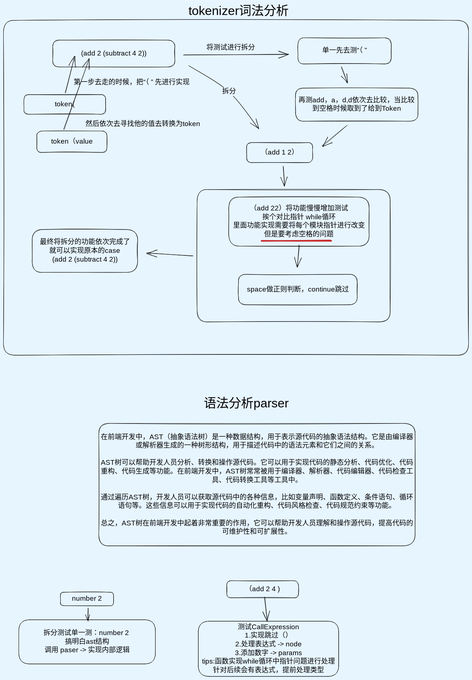
Above: note.excalidraw.svg in zclsx/tiny-compiler (Excalidraw), before the change. Source tidied: one line per element, renumbered; positions are measured from the earlier drawing's top-left corner, leaving out a move shared by most shapes.
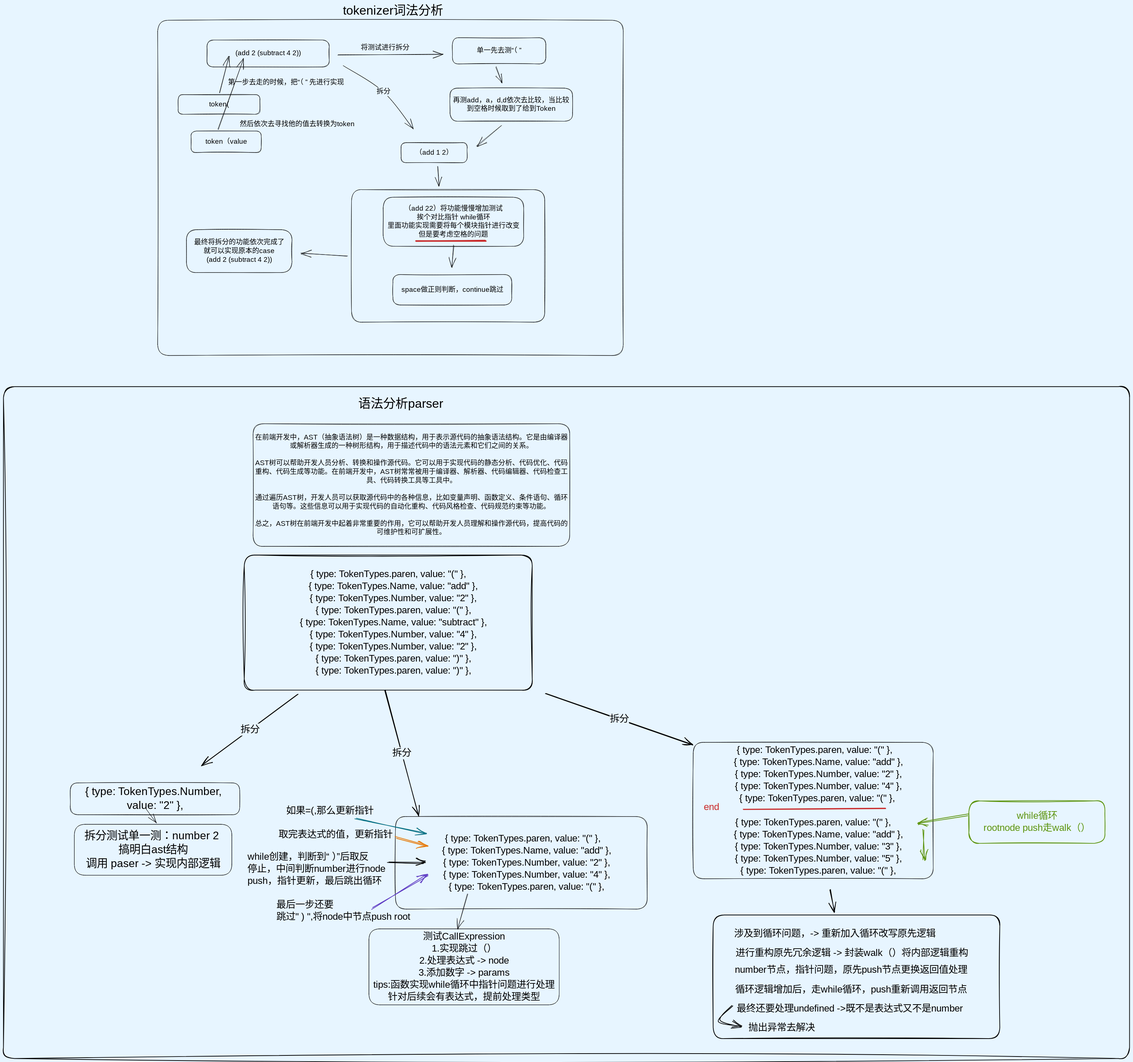
Above is the later version.

Change to the diagram source:
```diff
@@ -36,13 +36,47 @@
 {"id": 35, "type": "text", "text": "语法分析parser", "strokeColor": "#000000", "strokeWidth": 1, "roughness": 1, "fontSize": 36, "fontFamily": 1, "x": 581, "y": 1138, "width": 256, "height": 45}
 {"id": 36, "type": "rectangle", "strokeColor": "#000000", "strokeWidth": 1, "roughness": 1, "round": true, "x": 276, "y": 1217, "width": 917, "height": 355}
 {"id": 37, "type": "text", "text": "在前端开发中，AST（抽象语法树）是一种数据结构，用于表示源代码的抽象语法结构。它是由编译器\n或解析器生成的一种树形结构，用于描述代码中的语法元素和它们之间的关系。\n\nAST树可以帮助开发人员分析、转换和操作源代码。它可以用于实现代码的静态分析、代码优化、代码\n重构、代码生成等功能。在前端开发中，AST树常常被用于编译器、解析器、代码编辑器、代码检查工\n具、代码转换工具等工具中。\n\n通过遍历AST树，开发人员可以获取源代码中的各种信息，比如变量声明、函数定义、条件语句、循环\n语句等。这些信息可以用于实现代码的自动化重构、代码风格检查、代码规范约束等功能。\n\n总之，AST树在前端开发中起着非常重要的作用，它可以帮助开发人员理解和操作源代码，提高代码的\n可维护性和可扩展性。", "strokeColor": "#000000", "strokeWidth": 1, "roughness": 1, "fontSize": 20, "fontFamily": 1, "textAlign": "center", "verticalAlign": "middle", "inside": 36, "x": 284, "y": 1244, "width": 901, "height": 300}
-{"id": 38, "type": "rectangle", "strokeColor": "#000000", "strokeWidth": 1, "roughness": 0, "round": true, "x": 44, "y": 1786, "width": 396, "height": 128}
+{"id": 38, "type": "rectangle", "strokeColor": "#000000", "strokeWidth": 1, "roughness": 0, "round": true, "x": -241, "y": 2377, "width": 456, "height": 147}
-{"id": 39, "type": "text", "text": "拆分测试单一测：number 2 \n搞明白ast结构\n调用 paser -> 实现内部逻辑", "strokeColor": "#000000", "strokeWidth": 1, "roughness": 1, "fontSize": 20, "fontFamily": 1, "textAlign": "center", "verticalAlign": "middle", "inside": 38, "x": 112, "y": 1813, "width": 262, "height": 75}
+{"id": 39, "type": "text", "text": "拆分测试单一测：number 2 \n搞明白ast结构\n调用 paser -> 实现内部逻辑", "strokeColor": "#000000", "strokeWidth": 1, "roughness": 1, "fontSize": 32.25, "fontFamily": 1, "textAlign": "center", "verticalAlign": "middle", "inside": 38, "x": -224, "y": 2390, "width": 422, "height": 121}
-{"id": 40, "type": "rectangle", "strokeColor": "#000000", "strokeWidth": 1, "roughness": 0, "round": true, "x": 565, "y": 1790, "width": 407, "height": 160}
-{"id": 41, "type": "text", "text": "测试CallExpression\n1.实现跳过（）\n2.处理表达式 -> node\n3.添加数字 -> params\ntips:函数实现while循环中指针问题进行处理\n针对后续会有表达式，提前处理类型", "strokeColor": "#000000", "strokeWidth": 1, "roughness": 0, "fontSize": 20, "fontFamily": 1, "textAlign": "center", "verticalAlign": "middle", "inside": 40, "x": 576, "y": 1795, "width": 384, "height": 150}
-{"id": 42, "type": "rectangle", "strokeColor": "#000000", "strokeWidth": 1, "roughness": 1, "round": true, "x": 165, "y": 1706, "width": 154, "height": 39}
+{"id": 42, "type": "rectangle", "strokeColor": "#000000", "strokeWidth": 1, "roughness": 1, "round": true, "x": -253, "y": 2257, "width": 491, "height": 92}
-{"id": 43, "type": "text", "text": "number 2", "strokeColor": "#000000", "strokeWidth": 1, "roughness": 1, "fontSize": 20, "fontFamily": 1, "textAlign": "center", "verticalAlign": "middle", "inside": 42, "x": 198, "y": 1713, "width": 87, "height": 25}
+{"id": 43, "type": "text", "text": "{ type: TokenTypes.Number, \nvalue: \"2\" },", "strokeColor": "#000000", "strokeWidth": 1, "roughness": 1, "fontSize": 32.25, "fontFamily": 1, "textAlign": "center", "verticalAlign": "middle", "inside": 42, "x": -233, "y": 2262, "width": 450, "height": 81}
-{"id": 44, "type": "arrow", "strokeColor": "#000000", "strokeWidth": 1, "roughness": 1, "endArrowhead": "arrow", "round": true, "from": 42, "x": 245, "y": 1754, "width": 0, "height": 37, "points": [[0, 0], [0, 37]]}
+{"id": 44, "type": "arrow", "strokeColor": "#000000", "strokeWidth": 1, "roughness": 1, "endArrowhead": "arrow", "round": true, "to": 38, "x": -35, "y": 2332, "width": 31, "height": 41, "points": [[0, 0], [31, 41]]}
-{"id": 45, "type": "rectangle", "strokeColor": "#000000", "strokeWidth": 1, "roughness": 1, "round": true, "x": 647, "y": 1673, "width": 208, "height": 49}
-{"id": 46, "type": "text", "text": "（add 2 4 )", "strokeColor": "#000000", "strokeWidth": 1, "roughness": 1, "fontSize": 20, "fontFamily": 1, "textAlign": "center", "verticalAlign": "middle", "inside": 45, "x": 691, "y": 1685, "width": 120, "height": 25}
+{"id": 40, "type": "rectangle", "strokeColor": "#000000", "strokeWidth": 1, "roughness": 0, "round": true, "x": 612, "y": 2679, "width": 551, "height": 220}
+{"id": 41, "type": "text", "text": "测试CallExpression\n1.实现跳过（）\n2.处理表达式 -> node\n3.添加数字 -> params\ntips:函数实现while循环中指针问题进行处理\n针对后续会有表达式，提前处理类型", "strokeColor": "#000000", "strokeWidth": 1, "roughness": 0, "fontSize": 28, "fontFamily": 1, "textAlign": "center", "verticalAlign": "middle", "inside": 40, "x": 619, "y": 2684, "width": 537, "height": 210}
-{"id": 47, "type": "arrow", "strokeColor": "#000000", "strokeWidth": 1, "roughness": 1, "endArrowhead": "arrow", "round": true, "to": 40, "x": 758, "y": 1720, "width": 6, "height": 68, "points": [[0, 0], [6, 68]]}
+{"id": 47, "type": "arrow", "strokeColor": "#000000", "strokeWidth": 1, "roughness": 1, "endArrowhead": "arrow", "round": true, "to": 40, "x": 898, "y": 2578, "width": 30, "height": 100, "points": [[0, 0], [-30, 100]]}
+{"id": 48, "type": "rectangle", "strokeColor": "#000000", "strokeWidth": 1, "roughness": 1, "round": true, "x": 689, "y": 2354, "width": 729, "height": 268}
+{"id": 49, "type": "text", "text": " { type: TokenTypes.paren, value: \"(\" },\n    { type: TokenTypes.Name, value: \"add\" },\n    { type: TokenTypes.Number, value: \"2\" },\n    { type: TokenTypes.Number, value: \"4\" },\n    { type: TokenTypes.paren, value: \"(\" },", "strokeColor": "#000000", "strokeWidth": 1, "roughness": 1, "fontSize": 28, "fontFamily": 1, "textAlign": "center", "verticalAlign": "middle", "inside": 48, "x": 743, "y": 2401, "width": 620, "height": 175}
+{"id": 50, "type": "arrow", "strokeColor": "#0b7285", "strokeWidth": 2, "roughness": 2, "endArrowhead": "arrow", "round": true, "from": 51, "x": 572, "y": 2359, "width": 207, "height": 46, "points": [[0, 0], [207, 46]]}
+{"id": 51, "type": "text", "text": "如果=(,那么更新指针", "strokeColor": "#000000", "strokeWidth": 1, "roughness": 1, "fontSize": 28, "fontFamily": 1, "x": 373, "y": 2321, "width": 260, "height": 35}
+{"id": 52, "type": "arrow", "strokeColor": "#e67700", "strokeWidth": 2, "roughness": 2, "endArrowhead": "arrow", "round": true, "from": 53, "x": 690, "y": 2413, "width": 90, "height": 27, "points": [[0, 0], [90, 27]]}
+{"id": 53, "type": "text", "text": "取完表达式的值，更新指针", "strokeColor": "#000000", "strokeWidth": 2, "roughness": 2, "fontSize": 28, "fontFamily": 1, "x": 350, "y": 2389, "width": 336, "height": 35}
+{"id": 54, "type": "arrow", "strokeColor": "#000000", "strokeWidth": 2, "roughness": 2, "endArrowhead": "arrow", "round": true, "from": 55, "x": 666, "y": 2485, "width": 104, "height": 3, "points": [[0, 0], [104, 3]]}
+{"id": 55, "type": "text", "text": "while创建，判断到“ ）”后取反\n停止，中间判断number进行node\npush，指针更新，最后跳出循环", "strokeColor": "#000000", "strokeWidth": 2, "roughness": 2, "fontSize": 28, "fontFamily": 1, "x": 260, "y": 2454, "width": 400, "height": 105}
+{"id": 56, "type": "arrow", "strokeColor": "#5f3dc4", "strokeWidth": 2, "roughness": 2, "endArrowhead": "arrow", "round": true, "x": 622, "y": 2619, "width": 161, "height": 94, "points": [[0, 0], [161, -94]]}
+{"id": 57, "type": "text", "text": "最后一步还要\n跳过\" ) \",将node中节点push root", "strokeColor": "#000000", "strokeWidth": 2, "roughness": 2, "fontSize": 28, "fontFamily": 1, "x": 344, "y": 2593, "width": 422, "height": 70}
+{"id": 58, "type": "rectangle", "strokeColor": "#000000", "strokeWidth": 2, "roughness": 2, "round": true, "x": 251, "y": 1597, "width": 834, "height": 391}
+{"id": 59, "type": "text", "text": "{ type: TokenTypes.paren, value: \"(\" },\n    { type: TokenTypes.Name, value: \"add\" },\n    { type: TokenTypes.Number, value: \"2\" },\n    { type: TokenTypes.paren, value: \"(\" },\n    { type: TokenTypes.Name, value: \"subtract\" },\n    { type: TokenTypes.Number, value: \"4\" },\n    { type: TokenTypes.Number, value: \"2\" },\n    { type: TokenTypes.paren, value: \")\" },\n    { type: TokenTypes.paren, value: \")\" },", "strokeColor": "#000000", "strokeWidth": 2, "roughness": 2, "fontSize": 28, "fontFamily": 1, "textAlign": "center", "verticalAlign": "middle", "inside": 58, "x": 322, "y": 1635, "width": 691, "height": 315}
+{"id": 60, "type": "arrow", "strokeColor": "#000000", "strokeWidth": 2, "roughness": 1, "endArrowhead": "arrow", "round": true, "from": 58, "x": 406, "y": 1999, "width": 277, "height": 206, "points": [[0, 0], [-277, 206]]}
+{"id": 61, "type": "text", "text": "拆分", "strokeColor": "#000000", "strokeWidth": 2, "roughness": 1, "fontSize": 28, "fontFamily": 1, "textAlign": "center", "verticalAlign": "middle", "inside": 60, "x": 285, "y": 2068, "width": 56, "height": 35}
+{"id": 62, "type": "arrow", "strokeColor": "#000000", "strokeWidth": 2, "roughness": 1, "endArrowhead": "arrow", "round": true, "from": 58, "to": 48, "x": 658, "y": 1989, "width": 98, "height": 364, "points": [[0, 0], [98, 364]]}
+{"id": 63, "type": "text", "text": "拆分", "strokeColor": "#000000", "strokeWidth": 2, "roughness": 1, "fontSize": 28, "fontFamily": 1, "textAlign": "center", "verticalAlign": "middle", "inside": 62, "x": 708, "y": 2075, "width": 56, "height": 35}
+{"id": 64, "type": "arrow", "strokeColor": "#000000", "strokeWidth": 2, "roughness": 1, "endArrowhead": "arrow", "round": true, "to": 66, "x": 1124, "y": 1997, "width": 426, "height": 150, "points": [[0, 0], [426, 150]]}
+{"id": 65, "type": "text", "text": "拆分", "strokeColor": "#000000", "strokeWidth": 2, "roughness": 1, "fontSize": 28, "fontFamily": 1, "textAlign": "center", "verticalAlign": "middle", "inside": 64, "x": 1236, "y": 2074, "width": 56, "height": 35}
+{"id": 66, "type": "rectangle", "strokeColor": "#000000", "strokeWidth": 1, "roughness": 1, "round": true, "x": 1551, "y": 2139, "width": 695, "height": 395}
+{"id": 67, "type": "text", "text": " { type: TokenTypes.paren, value: \"(\" },\n    { type: TokenTypes.Name, value: \"add\" },\n    { type: TokenTypes.Number, value: \"2\" },\n    { type: TokenTypes.Number, value: \"4\" },\n    { type: TokenTypes.paren, value: \"(\" }, \n\n{ type: TokenTypes.paren, value: \"(\" },\n    { type: TokenTypes.Name, value: \"add\" },\n    { type: TokenTypes.Number, value: \"3\" },\n    { type: TokenTypes.Number, value: \"5\" },\n    { type: TokenTypes.paren, value: \"(\" },", "strokeColor": "#000000", "strokeWidth": 1, "roughness": 1, "fontSize": 28, "fontFamily": 1, "textAlign": "center", "verticalAlign": "middle", "inside": 66, "x": 1588, "y": 2144, "width": 620, "height": 385}
+{"id": 68, "type": "arrow", "strokeColor": "#000000", "strokeWidth": 2, "roughness": 1, "endArrowhead": "arrow", "round": true, "to": 69, "x": 1947, "y": 2567, "width": 13, "height": 63, "points": [[0, 0], [13, 63]]}
+{"id": 69, "type": "rectangle", "strokeColor": "#000000", "strokeWidth": 2, "roughness": 1, "round": true, "x": 1609, "y": 2639, "width": 830, "height": 358}
+{"id": 70, "type": "text", "text": "涉及到循环问题，-> 重新加入循环改写原先逻辑", "strokeColor": "#000000", "strokeWidth": 2, "roughness": 1, "fontSize": 28, "fontFamily": 1, "x": 1669, "y": 2676, "width": 599, "height": 35}
+{"id": 71, "type": "line", "strokeColor": "#c92a2a", "strokeWidth": 2, "roughness": 1, "round": true, "x": 1696, "y": 2335, "width": 412, "height": 4, "points": [[0, 0], [412, -4]]}
+{"id": 72, "type": "text", "text": "end", "strokeColor": "#c92a2a", "strokeWidth": 2, "roughness": 1, "fontSize": 28, "fontFamily": 1, "x": 1582, "y": 2310, "width": 44, "height": 35}
+{"id": 73, "type": "arrow", "strokeColor": "#5c940d", "strokeWidth": 2, "roughness": 2, "endArrowhead": "arrow", "round": true, "from": 74, "x": 2348, "y": 2348, "width": 148, "height": 26, "points": [[0, 0], [-148, 26]]}
+{"id": 74, "type": "rectangle", "strokeColor": "#5c940d", "strokeWidth": 2, "roughness": 2, "round": true, "x": 2349, "y": 2309, "width": 394, "height": 123}
+{"id": 75, "type": "text", "text": "while循环\nrootnode push走walk（）", "strokeColor": "#5c940d", "strokeWidth": 2, "roughness": 2, "fontSize": 28, "fontFamily": 1, "textAlign": "center", "verticalAlign": "middle", "inside": 74, "x": 2380, "y": 2335, "width": 332, "height": 70}
+{"id": 76, "type": "arrow", "strokeColor": "#5c940d", "strokeWidth": 2, "roughness": 2, "endArrowhead": "arrow", "round": true, "x": 2219, "y": 2393, "width": 0, "height": 89, "points": [[0, 0], [0, 89]]}
+{"id": 77, "type": "text", "text": "进行重构原先冗余逻辑 -> 封装walk（）将内部逻辑重构", "strokeColor": "#000000", "strokeWidth": 2, "roughness": 2, "fontSize": 28, "fontFamily": 1, "x": 1674, "y": 2732, "width": 698, "height": 35}
+{"id": 78, "type": "text", "text": "number节点，指针问题，原先push节点更换返回值处理", "strokeColor": "#000000", "strokeWidth": 2, "roughness": 2, "fontSize": 28, "fontFamily": 1, "x": 1672, "y": 2781, "width": 679, "height": 35}
+{"id": 79, "type": "text", "text": "循环逻辑增加后，走while循环，push重新调用返回节点", "strokeColor": "#000000", "strokeWidth": 2, "roughness": 2, "fontSize": 28, "fontFamily": 1, "x": 1673, "y": 2838, "width": 678, "height": 35}
+{"id": 80, "type": "text", "text": "最终还要处理undefined ->既不是表达式又不是number", "strokeColor": "#000000", "strokeWidth": 2, "roughness": 2, "fontSize": 28, "fontFamily": 1, "x": 1677, "y": 2893, "width": 672, "height": 35}
+{"id": 81, "type": "arrow", "strokeColor": "#000000", "strokeWidth": 2, "roughness": 2, "endArrowhead": "arrow", "round": true, "from": 80, "x": 1664, "y": 2900, "width": 60, "height": 64, "points": [[0, 0], [-38, 45], [22, 64]]}
+{"id": 82, "type": "text", "text": "抛出异常去解决", "strokeColor": "#000000", "strokeWidth": 2, "roughness": 2, "fontSize": 28, "fontFamily": 1, "x": 1711, "y": 2949, "width": 196, "height": 35}
+{"id": 83, "type": "rectangle", "strokeColor": "#000000", "strokeWidth": 2, "roughness": 2, "round": true, "x": -447, "y": 1109, "width": 3261, "height": 1945}
```
